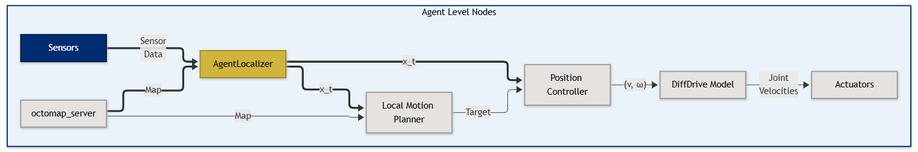
The Mermaid diagram docs/Reasoning Under Uncertainty/Final Paper/figures/full_system_diagram.png in jtcass01/devol, before a commit. Its source is kept beside it as docs/Reasoning Under Uncertainty/Project Diagrams/full_system_diagram.mmd.
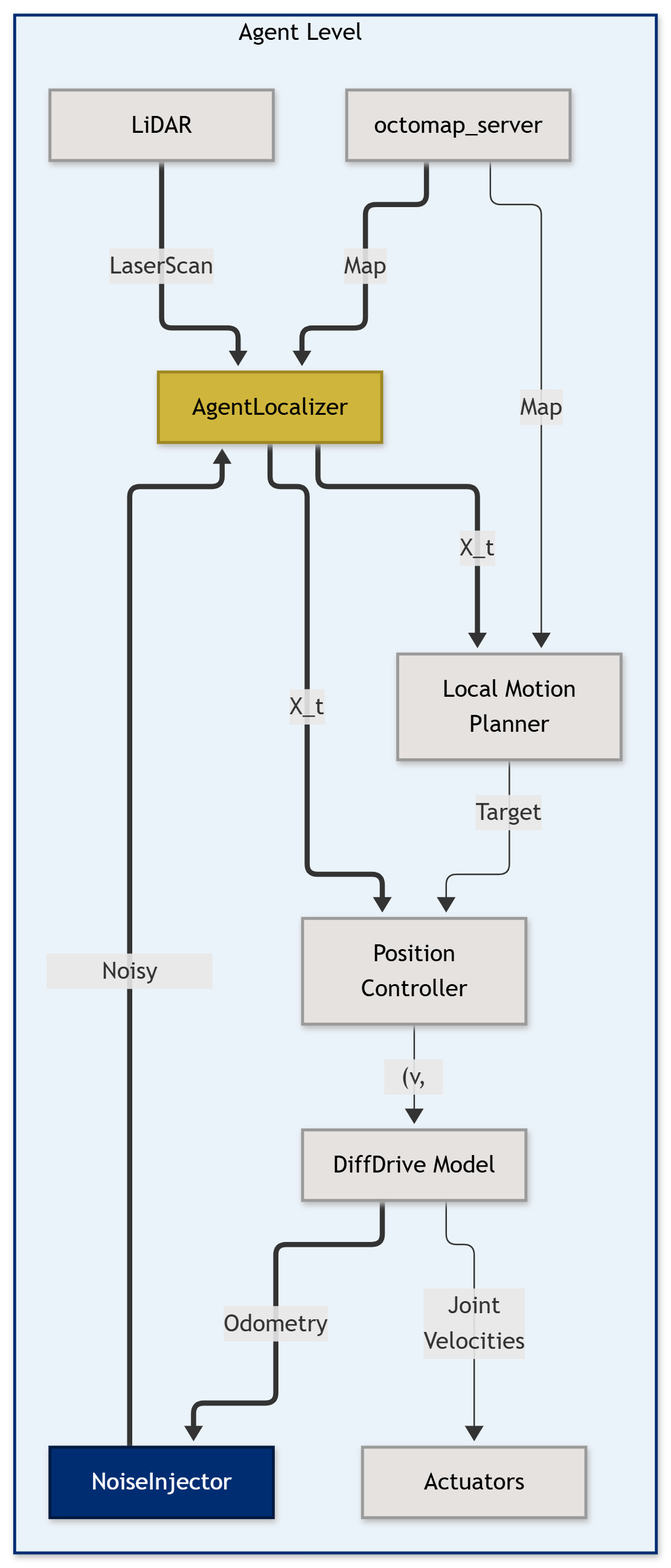
The same file after the commit.

Diff of the diagram source:
```diff
@@ -1,22 +1,25 @@
-graph LR
+graph TD
     subgraph Agent_Level_Nodes ["Agent Level Nodes"]
-        Sensors["Sensors"]
-        Octo["octomap_server"]
-        AL["AgentLocalizer"]
-        LMP["Local Motion Planner"]
-        PC["Position Controller"]
-        DDM["DiffDrive Model"]
-        Actuators["Actuators"]
+        LiDAR["LiDAR"]:::outOfScope
+        NoiseInjector["NoiseInjector"]:::jhuPrimary
+        Octo["octomap_server"]:::outOfScope
+        AL["AgentLocalizer"]:::jhuPrimary
+        LMP["Local Motion Planner"]:::outOfScope
+        PC["Position Controller"]:::outOfScope
+        DDM["DiffDrive Model"]:::outOfScope
+        Actuators["Actuators"]:::outOfScope
     end
 
     Octo -->|"Map"| LMP
     Octo ==>|"Map"| AL
 
-    AL ==>|"x_t"| LMP
+    AL ==>|"X_t"| LMP
     LMP -->|"Target"| PC
 
-    Sensors ==>|"Sensor\nData"| AL
-    AL ==>|"x_t"| PC
+    LiDAR ==>|"LaserScan"| AL
+    DDM ==>|"Odometry"| NoiseInjector
+    NoiseInjector ==>|"Noisy Odometry"| AL
+    AL ==>|"X_t"| PC
     PC -->|"(v, ω)"| DDM
     DDM -->|"Joint\nVelocities"| Actuators
 
```
